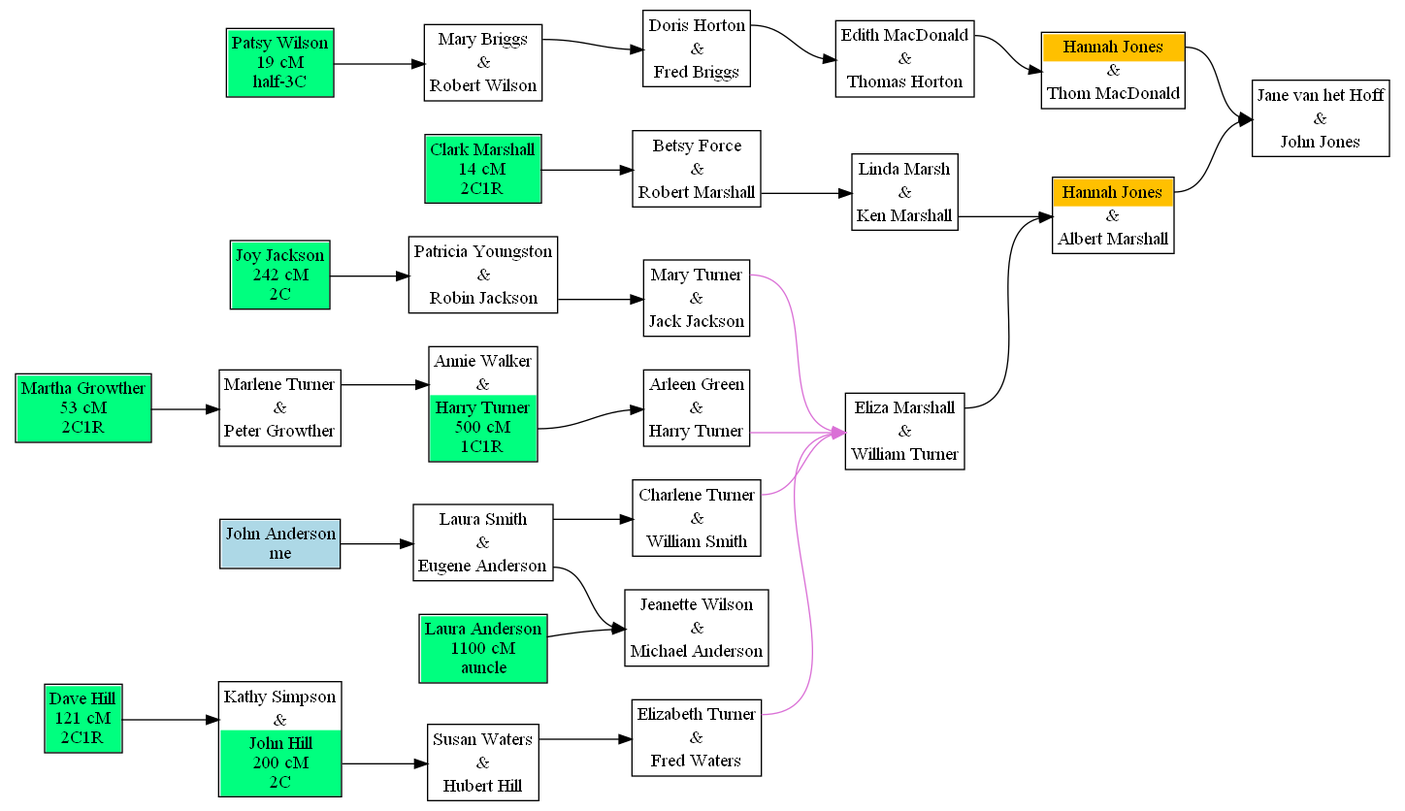
Earlier version of the Graphviz export test-data/test-family.png (johnandrea/draw-dna-matches). Its source is kept beside it as test-data/test-family.dot.
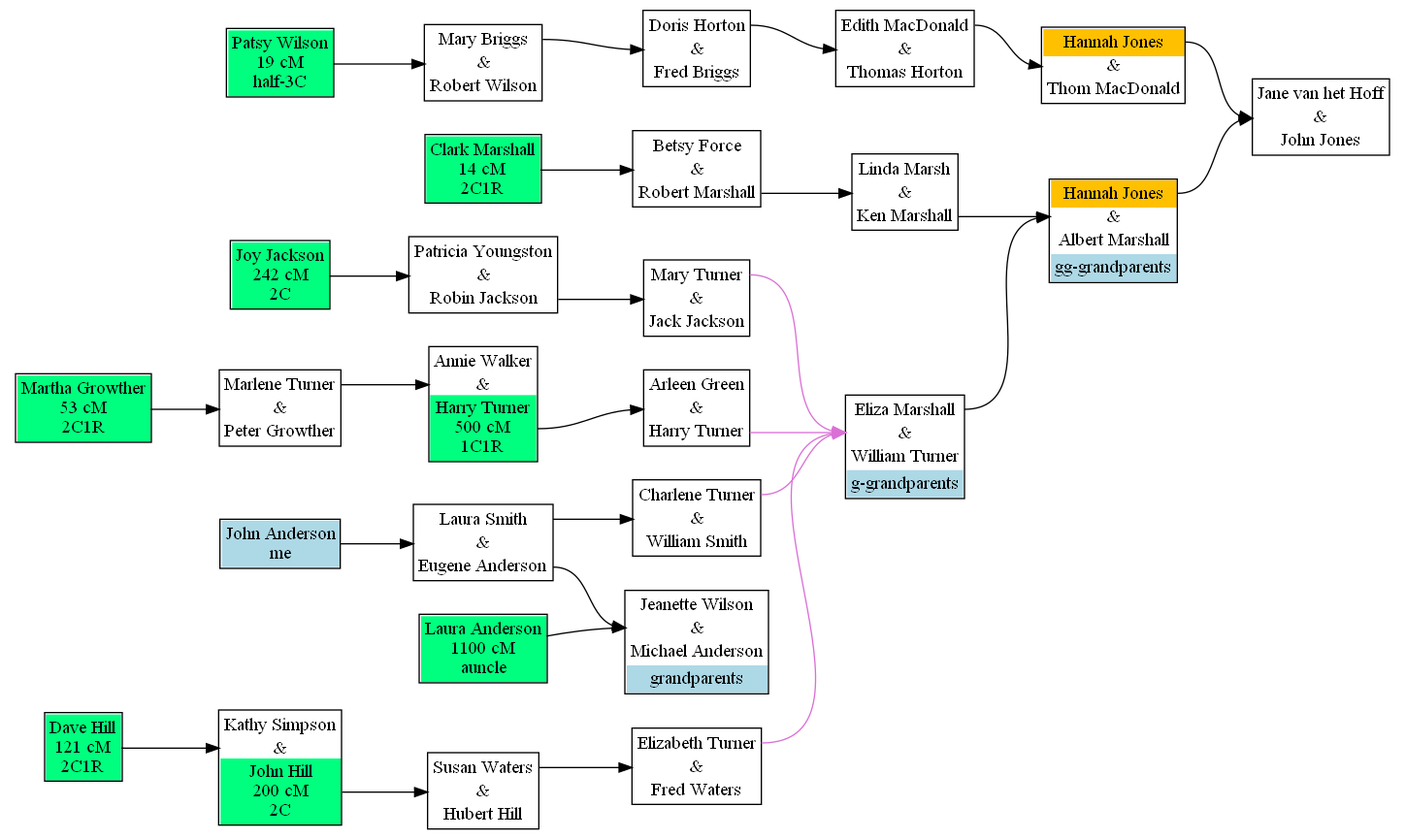
After the commit.

What changed in the source:
```diff
@@ -12,6 +12,7 @@
 <tr><td port="w" bgcolor="#ffc000">Hannah Jones</td></tr>
 <tr><td port="u" cellpadding="0" cellspacing="0">&amp;</td></tr>
 <tr><td port="h">Albert Marshall</td></tr>
+<tr><td bgcolor="lightblue">gg-grandparents</td></tr>
 </table>>];
 f5 [label=<
 <table cellpadding="3" border="1" cellspacing="0" cellborder="0">
@@ -48,6 +49,7 @@
 <tr><td port="w">Eliza Marshall</td></tr>
 <tr><td port="u" cellpadding="0" cellspacing="0">&amp;</td></tr>
 <tr><td port="h">William Turner</td></tr>
+<tr><td bgcolor="lightblue">g-grandparents</td></tr>
 </table>>];
 f1 [label=<
 <table cellpadding="3" border="1" cellspacing="0" cellborder="0">
@@ -120,26 +122,7 @@
 <tr><td port="w">Jeanette Wilson</td></tr>
 <tr><td port="u" cellpadding="0" cellspacing="0">&amp;</td></tr>
 <tr><td port="h">Michael Anderson</td></tr>
-</table>>];
-i43 [label=<
-<table cellpadding="3" border="1" cellspacing="0" cellborder="0">
-<tr><td port="i" bgcolor="springgreen">Clark Marshall<br/>14 cM<br/>2C1R</td></tr>
-</table>>];
-i11 [label=<
-<table cellpadding="3" border="1" cellspacing="0" cellborder="0">
-<tr><td port="i" bgcolor="springgreen">Patsy Wilson<br/>19 cM<br/>half-3C</td></tr>
-</table>>];
-i34 [label=<
-<table cellpadding="3" border="1" cellspacing="0" cellborder="0">
-<tr><td port="i" bgcolor="springgreen">Martha Growther<br/>53 cM<br/>2C1R</td></tr>
-</table>>];
-i46 [label=<
-<table cellpadding="3" border="1" cellspacing="0" cellborder="0">
-<tr><td port="i" bgcolor="springgreen">Laura Anderson<br/>1100 cM<br/>auncle</td></tr>
-</table>>];
-i28 [label=<
-<table cellpadding="3" border="1" cellspacing="0" cellborder="0">
-<tr><td port="i" bgcolor="springgreen">Joy Jackson<br/>242 cM<br/>2C</td></tr>
+<tr><td bgcolor="lightblue">grandparents</td></tr>
 </table>>];
 i38 [label=<
 <table cellpadding="3" border="1" cellspacing="0" cellborder="0">
@@ -149,30 +132,50 @@
 <table cellpadding="3" border="1" cellspacing="0" cellborder="0">
 <tr><td port="i" bgcolor="springgreen">Dave Hill<br/>121 cM<br/>2C1R</td></tr>
 </table>>];
+i11 [label=<
+<table cellpadding="3" border="1" cellspacing="0" cellborder="0">
+<tr><td port="i" bgcolor="springgreen">Patsy Wilson<br/>19 cM<br/>half-3C</td></tr>
+</table>>];
+i46 [label=<
+<table cellpadding="3" border="1" cellspacing="0" cellborder="0">
+<tr><td port="i" bgcolor="springgreen">Laura Anderson<br/>1100 cM<br/>auncle</td></tr>
+</table>>];
+i43 [label=<
+<table cellpadding="3" border="1" cellspacing="0" cellborder="0">
+<tr><td port="i" bgcolor="springgreen">Clark Marshall<br/>14 cM<br/>2C1R</td></tr>
+</table>>];
+i34 [label=<
+<table cellpadding="3" border="1" cellspacing="0" cellborder="0">
+<tr><td port="i" bgcolor="springgreen">Martha Growther<br/>53 cM<br/>2C1R</td></tr>
+</table>>];
+i28 [label=<
+<table cellpadding="3" border="1" cellspacing="0" cellborder="0">
+<tr><td port="i" bgcolor="springgreen">Joy Jackson<br/>242 cM<br/>2C</td></tr>
+</table>>];
+f4:w -> f3:u;
+f3:w -> f2:u;
+f10:h -> f9:u;
+f16:w -> f7:u [color=orchid];
+f17:w -> f16:u;
+f14:h -> f13:u;
+f13:h -> f7:u [color=orchid];
 f2:w -> f1:u;
+i46:i -> f20:u;
+f18:h -> f6:u;
+f6:w -> f1:u;
+f5:w -> f4:u;
+f12:h -> f11:u;
+i24:i -> f10:u;
 f17:h -> f20:u;
+f19:h -> f18:u;
 f11:w -> f7:u [color=orchid];
-f8:w -> f7:u [color=orchid];
-f12:h -> f11:u;
-f3:w -> f2:u;
-i43:i -> f19:u;
-f14:h -> f13:u;
-i46:i -> f20:u;
-f5:w -> f4:u;
 f7:w -> f6:u;
-f13:h -> f7:u [color=orchid];
-f6:w -> f1:u;
-i38:i -> f17:u;
 i11:i -> f5:u;
-f19:h -> f18:u;
-i34:i -> f15:u;
-f18:h -> f6:u;
-f9:w -> f8:u;
-f17:w -> f16:u;
-f4:w -> f3:u;
-f16:w -> f7:u [color=orchid];
-i24:i -> f10:u;
 i28:i -> f12:u;
 f15:w -> f14:u;
-f10:h -> f9:u;
+f8:w -> f7:u [color=orchid];
+f9:w -> f8:u;
+i38:i -> f17:u;
+i43:i -> f19:u;
+i34:i -> f15:u;
 }
```
